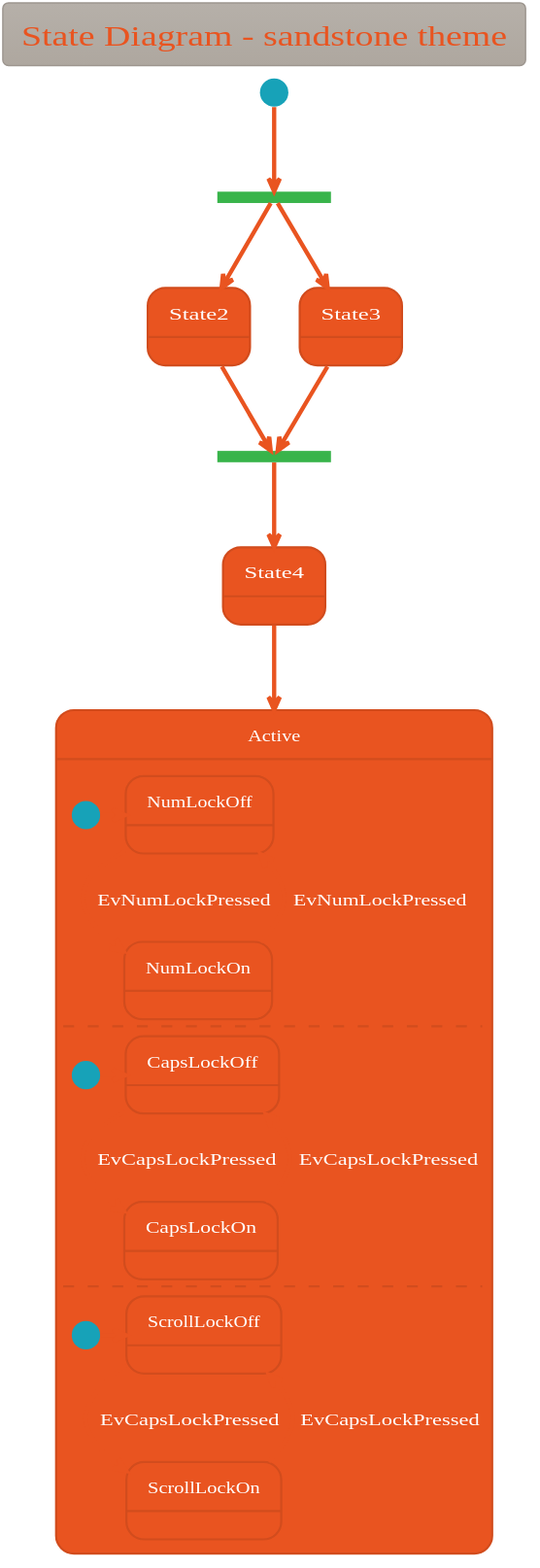
Before: themes/united/state-ex.svg, a diagram exported from PlantUML (bschwarz/puml-themes). Its diagram source:
```plantuml
@startuml

!$THEME = "sandstone"

!if %not(%variable_exists("$BGCOLOR"))
!$BGCOLOR = "transparent"
!endif

skinparam backgroundColor $BGCOLOR

!$BLUE = "#007bff"
!$INDIGO = "#6610f2"
!$PURPLE = "#772953"
!$PINK = "#e83e8c"
!$RED = "#df382c"
!$ORANGE = "#e95420"
!$YELLOW = "#efb73e"
!$GREEN = "#38b44a"
!$TEAL = "#20c997"
!$CYAN = "#17a2b8"
!$WHITE = "#fff"
!$GRAY = "#868e96"
!$GRAYDARK = "#333"
!$PRIMARY = "#e95420"
!$SECONDARY = "#aea79f"
!$SUCCESS = "#38b44a"
!$INFO = "#17a2b8"
!$WARNING = "#efb73e"
!$DANGER = "#df382c"
!$LIGHT = "#e9ecef"
!$DARK = "#772953"

!$FGCOLOR = $WHITE
!$PRIMARY_DARK = "#d24c1d"
!$PRIMARY_LIGHT = "#eb6536"
!$PRIMARY_TEXT = $WHITE
!$SECONDARY_DARK = "#9d968f"
!$SECONDARY_LIGHT = "#b6b0a9"
!$SECONDARY_TEXT = $WHITE
!$INFO_DARK = "#1592a6"
!$INFO_LIGHT = "#2eabbf"
!$INFO_TEXT = $WHITE
!$SUCCESS_DARK = "#32a243"
!$SUCCESS_LIGHT = "#4cbc5c"
!$SUCCESS_TEXT = $WHITE
!$WARNING_DARK = "#d7a538"
!$WARNING_LIGHT = "#f1be51"
!$WARNING_TEXT = $WHITE
!$DANGER_DARK = "#c93228"
!$DANGER_LIGHT = "#e24c41"
!$DANGER_TEXT = $WHITE
!$DARK_DARK = "#6b254b"
!$DARK_LIGHT = "#853e64"
!$LIGHT_DARK = "#d2d4d7"
!$LIGHT_LIGHT = "#ebeef1"

!procedure $success($msg)
  <font color=$SUCCESS><b>$msg
!endprocedure

!procedure $failure($msg)
  <font color=$DANGER><b>$msg
!endprocedure

!procedure $warning($msg)
  <font color=$WARNING><b>$msg
!endprocedure

!procedure $primary_scheme()
	FontColor $PRIMARY_TEXT
	BorderColor $PRIMARY_DARK
	BackgroundColor $PRIMARY
!endprocedure

skinparam defaultFontName       "Verdana"
skinparam defaultFontSize       12
skinparam dpi                   100
skinparam shadowing             false
skinparam roundcorner           8
skinparam ParticipantPadding    40
skinparam BoxPadding            40
skinparam Padding               5
skinparam ArrowColor            $DARK
skinparam stereotype {
    CBackgroundColor $SECONDARY_LIGHT
    CBorderColor $SECONDARY_DARK
    ABackgroundColor $SUCCESS_LIGHT
    ABorderColor $SUCCESS_DARK
    IBackgroundColor $DANGER_LIGHT
    IBorderColor $DANGER_DARK
    EBackgroundColor $WARNING_LIGHT
    EBorderColor $WARNING_DARK
    NBackgroundColor $INFO_LIGHT
    NBorderColor $INFO_DARK
}
skinparam title {
	FontColor	                 $PRIMARY
	BorderColor	                 $SECONDARY_DARK
	FontSize	    	         20
	BorderRoundCorner            8
	BorderThickness 	         1
	BackgroundColor              $SECONDARY_LIGHT-$SECONDARY
}

skinparam legend {
	BackgroundColor $SECONDARY
	BorderColor $SECONDARY_DARK
	FontColor $LIGHT
}

!startsub swimlane
skinparam swimlane {
	BorderColor $INFO
	BorderThickness 2
	TitleBackgroundColor  $SECONDARY_LIGHT-$SECONDARY
	TitleFontColor $PRIMARY
}
!endsub

!startsub activity

skinparam activity {
	$primary_scheme()
	BarColor $SUCCESS
	StartColor $INFO
	EndColor $INFO
	DiamondBackgroundColor $SECONDARY_LIGHT
  	DiamondBorderColor $SECONDARY_DARK
  	DiamondFontColor $SECONDARY_TEXT
}
!endsub

!startsub participant

skinparam participant {
	$primary_scheme()
	ParticipantBorderThickness 2
}
!endsub

!startsub actor

skinparam actor {
	$primary_scheme()
}
!endsub

!startsub arrow

skinparam arrow {
	Thickness 3
	Color $PRIMARY
	FontColor $FGCOLOR
}
!endsub

!startsub sequence

skinparam sequence {
	BorderColor $PRIMARY
	TitleFontColor $PRIMARY
	BackgroundColor $BGCOLOR
	StartColor $PRIMARY
	EndColor $PRIMARY
	BoxBackgroundColor $BGCOLOR
	BoxBorderColor $DARK
	BoxFontColor $DARk
	LifeLineBorderColor $SECONDARY
	LifeLineBorderThickness 2
	LifeLineBackgroundColor $SECONDARY_DARK
	GroupBorderColor $DARK
	GroupFontColor $DARK
	GroupHeaderFontColor $INFO
	GroupBackgroundColor $SECONDARY
	GroupHeaderBackgroundColor $BGCOLOR
	DividerBackgroundColor $DARK
    DividerBorderColor $DARK
    DividerBorderThickness 2
    DividerFontColor $LIGHT
	ReferenceBackgroundColor $BGCOLOR
	ReferenceBorderColor $DARK
	ReferenceFontColor $DARK
	ReferenceHeaderFontColor $INFO
	ReferenceHeaderBackgroundColor $SECONDARY
}
!endsub

!startsub partition

skinparam partition {
	BorderColor $PRIMARY
	FontColor $PRIMARY
	BackgroundColor $BGCOLOR
}
!endsub

!startsub collections

skinparam collections {
	$primary_scheme()
}
!endsub

!startsub control

skinparam control {
	$primary_scheme()
}
!endsub

!startsub entity

skinparam entity {
	$primary_scheme()
}
!endsub

!startsub boundary

skinparam boundary {
	$primary_scheme()
}
!endsub

!startsub agent

skinparam agent {
	BackgroundColor $WARNING
	BorderColor $WARNING_LIGHT
	FontColor $DARK
}
!endsub

!startsub note

skinparam note {
	BorderThickness 1
	BackgroundColor $INFO
	BorderColor $INFO_DARK
	FontColor $WHITE
}
!endsub

!startsub artifact

skinparam artifact {
	BackgroundColor $DARK
	BorderColor $DARK_DARK
	FontColor $LIGHT
}
!endsub

!startsub component

skinparam component {
	$primary_scheme()
}
!endsub

!startsub interface

skinparam interface {
	BackgroundColor  $DANGER_DARK
	BorderColor  $DANGER
	FontColor $DARK
}
!endsub

!startsub storage

skinparam storage {
	BackgroundColor $WARNING
  	BorderColor $WARNING_DARK
	FontColor $WARNING_TEXT
}
!endsub

!startsub node

skinparam node {
	BackgroundColor  $SECONDARY
	BorderColor $LIGHT
	FontColor $LIGHT
}
!endsub

!startsub cloud

skinparam cloud {
	BackgroundColor #F2FCFE-#eeeeee
	BorderColor #F2FCFE
	FontColor $DARK
}
!endsub

!startsub database

skinparam database {
	$primary_scheme()
}
!endsub

!startsub class

skinparam class {
	$primary_scheme()
	HeaderBackgroundColor $PRIMARY_LIGHT
	StereotypeFontColor $DARK
	BorderThickness 1
	AttributeFontColor $DARK
	AttributeFontSize 11
}
!endsub

!startsub object

skinparam object {
	$primary_scheme()
	StereotypeFontColor $DARK
	BorderThickness 1
	AttributeFontColor $SECONDARY_TEXT
	AttributeFontSize 11
}
!endsub

!startsub usecase

skinparam usecase {
	$primary_scheme()
	BorderThickness 2
	StereotypeFontColor $PRIMARY
}
!endsub

!startsub rectangle

skinparam rectangle {
	$primary_scheme()
	BackgroundColor $SECONDARY_LIGHT
	BorderThickness 2
	StereotypeFontColor $PRIMARY
}
!endsub

!startsub package

skinparam package {
	BackgroundColor $SECONDARY
  	BorderColor $PRIMARY
	FontColor $PRIMARY
	BorderThickness 2
}
!endsub

!startsub folder

skinparam folder {
	BackgroundColor $SECONDARY_LIGHT
  	BorderColor $WARNING
	FontColor $WARNING
	BorderThickness 2
}
!endsub

!startsub frame

skinparam frame {
	BackgroundColor $SECONDARY_LIGHT
  	BorderColor $INFO
	FontColor $INFO
	BorderThickness 2
}
!endsub

!startsub state

skinparam state {
	$primary_scheme()
	StartColor $INFO
	EndColor $INFO
	AttributeFontColor $SECONDARY_TEXT
	AttributeFontSize 11
}
!endsub

!startsub queue

skinparam queue {
	$primary_scheme()
}
!endsub

!startsub card

skinparam card {
	BackgroundColor $INFO
	BorderColor $INFO_DARK
	FontColor $INFO_TEXT
}
!endsub

!startsub file

skinparam file {
	BackgroundColor $SECONDARY_DARK
	BorderColor $LIGHT
	FontColor $LIGHT
}
!endsub

!startsub stack

skinparam stack {
	$primary_scheme()
}
!endsub

!if %variable_exists("$THEME")
title State Diagram - $THEME theme
!else
title State Diagram
!endif


state fork_state <<fork>>
[*] --> fork_state
fork_state --> State2
fork_state --> State3

state join_state <<join>>
State2 --> join_state
State3 --> join_state
join_state --> State4
State4 --> Active

state Active {
  [*] -> NumLockOff
  NumLockOff --> NumLockOn : EvNumLockPressed
  NumLockOn --> NumLockOff : EvNumLockPressed
  --
  [*] -> CapsLockOff
  CapsLockOff --> CapsLockOn : EvCapsLockPressed
  CapsLockOn --> CapsLockOff : EvCapsLockPressed
  --
  [*] -> ScrollLockOff
  ScrollLockOff --> ScrollLockOn : EvCapsLockPressed
  ScrollLockOn --> ScrollLockOff : EvCapsLockPressed
}

@enduml
```
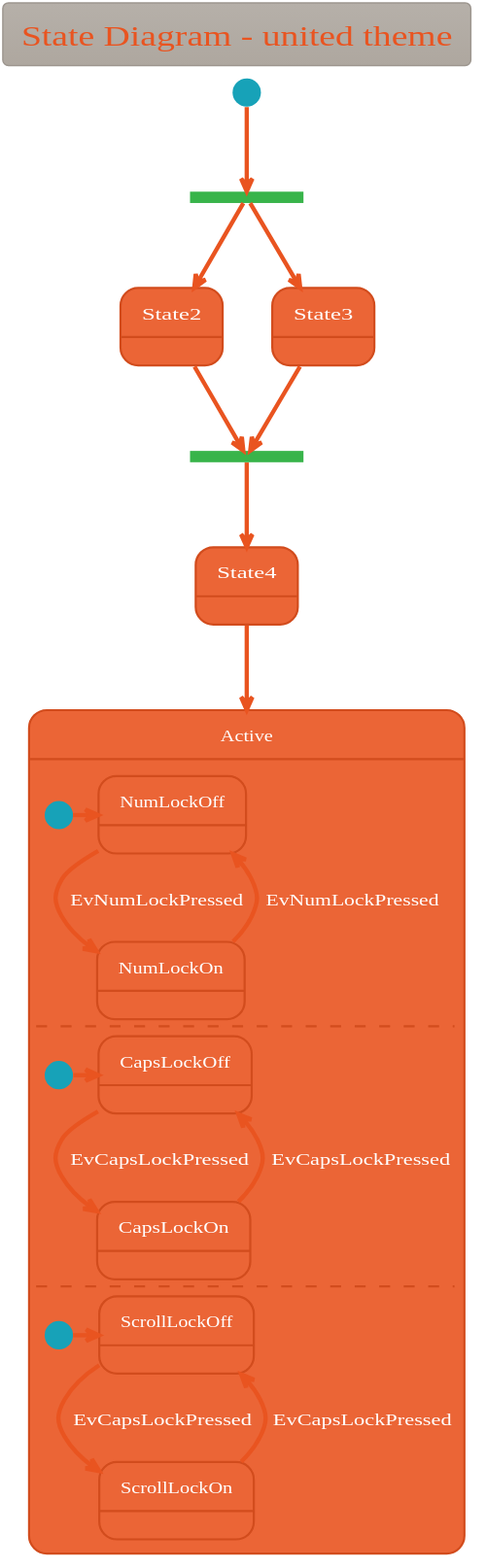
Later version of the same file.

Change to the diagram source:
```diff
@@ -1,6 +1,6 @@
 @startuml
 
-!$THEME = "sandstone"
+!$THEME = "united"
 
 !if %not(%variable_exists("$BGCOLOR"))
 !$BGCOLOR = "transparent"
@@ -376,6 +376,7 @@
 
 skinparam state {
 	$primary_scheme()
+	BackgroundColor $PRIMARY_LIGHT
 	StartColor $INFO
 	EndColor $INFO
 	AttributeFontColor $SECONDARY_TEXT
```
